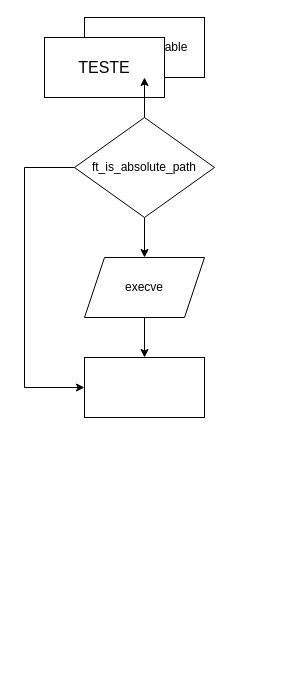
The draw.io diagram Diagrama sem nome.drawio in ziliolu/42_minishell, before the edit. Source tidied: cells renumbered, new cells numbered last; positions are measured from the earlier drawing's top-left corner, leaving out a move shared by most shapes. Both pictures are drawn from the tidied source at 100%, with x=0, y=0 at pixel (24, 17).
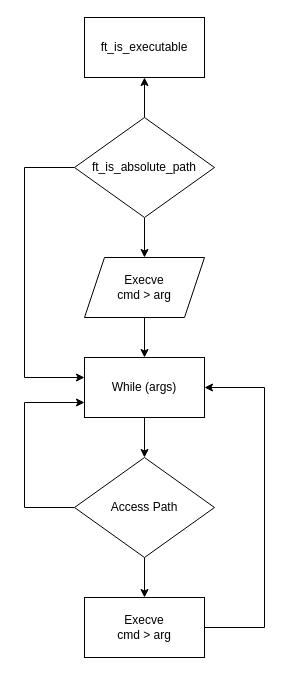
Above is the later version.

The change refers to these unchanged cells:
```xml
<mxCell id="8" value="ft_is_absolute_path" style="rhombus;whiteSpace=wrap;html=1;strokeColor=default;fontFamily=Helvetica;fontSize=12;fontColor=default;fillColor=default;" parent="1" vertex="1">
  <mxGeometry x="50" y="100" width="140" height="100" as="geometry" />
</mxCell>
```

What changed in the source:
```diff
@@
-    <mxCell id="3" value="TESTE" style="rounded=0;whiteSpace=wrap;html=1;fontSize=16;" parent="1" vertex="1">
-      <mxGeometry x="20" y="20" width="120" height="60" as="geometry" />
-    </mxCell>
+    <mxCell id="11" style="edgeStyle=orthogonalEdgeStyle;rounded=0;jettySize=auto;html=1;fontFamily=Helvetica;fontSize=12;fontColor=default;" parent="1" edge="1" source="4" target="14">
+      <mxGeometry relative="1" as="geometry" />
+    </mxCell>
-    <mxCell id="4" style="rounded=0;whiteSpace=wrap;html=1;strokeColor=default;fontFamily=Helvetica;fontSize=12;fontColor=default;fillColor=default;" parent="1" vertex="1">
+    <mxCell id="4" value="&lt;div&gt;While (args)&lt;br&gt;&lt;/div&gt;" style="rounded=0;whiteSpace=wrap;html=1;strokeColor=default;fontFamily=Helvetica;fontSize=12;fontColor=default;fillColor=default;" parent="1" vertex="1">
       <mxGeometry x="60" y="340" width="120" height="60" as="geometry" />
     </mxCell>
@@
-    <mxCell id="7" style="edgeStyle=orthogonalEdgeStyle;rounded=0;jettySize=auto;html=1;fontFamily=Helvetica;fontSize=12;fontColor=default;entryX=0;entryY=0.5;entryDx=0;entryDy=0;" parent="1" edge="1" source="8" target="4">
+    <mxCell id="7" style="edgeStyle=orthogonalEdgeStyle;rounded=0;jettySize=auto;html=1;fontFamily=Helvetica;fontSize=12;fontColor=default;" parent="1" edge="1" source="8">
       <mxGeometry relative="1" as="geometry">
+        <mxPoint x="60" y="360" as="targetPoint" />
         <Array as="points">
           <mxPoint y="150" />
-          <mxPoint y="370" />
+          <mxPoint y="360" />
+          <mxPoint x="60" y="360" />
         </Array>
       </mxGeometry>
     </mxCell>
@@
-    <mxCell id="10" value="execve" style="shape=parallelogram;perimeter=parallelogramPerimeter;whiteSpace=wrap;html=1;fixedSize=1;strokeColor=default;fontFamily=Helvetica;fontSize=12;fontColor=default;fillColor=default;" parent="1" vertex="1">
+    <mxCell id="10" value="&lt;div&gt;Execve&lt;/div&gt;cmd &amp;gt; arg" style="shape=parallelogram;perimeter=parallelogramPerimeter;whiteSpace=wrap;html=1;fixedSize=1;strokeColor=default;fontFamily=Helvetica;fontSize=12;fontColor=default;fillColor=default;" parent="1" vertex="1">
       <mxGeometry x="60" y="240" width="120" height="60" as="geometry" />
     </mxCell>
+    <mxCell id="12" style="edgeStyle=orthogonalEdgeStyle;rounded=0;jettySize=auto;html=1;fontFamily=Helvetica;fontSize=12;fontColor=default;" parent="1" edge="1" source="14" target="16">
+      <mxGeometry relative="1" as="geometry" />
+    </mxCell>
+    <mxCell id="13" style="edgeStyle=orthogonalEdgeStyle;rounded=0;jettySize=auto;html=1;entryX=0;entryY=0.75;entryDx=0;entryDy=0;fontFamily=Helvetica;fontSize=12;fontColor=default;exitX=0;exitY=0.5;exitDx=0;exitDy=0;" parent="1" edge="1" source="14" target="4">
+      <mxGeometry relative="1" as="geometry">
+        <Array as="points">
+          <mxPoint y="490" />
+          <mxPoint y="385" />
+        </Array>
+      </mxGeometry>
+    </mxCell>
+    <mxCell id="14" value="Access Path" style="rhombus;whiteSpace=wrap;html=1;strokeColor=default;fontFamily=Helvetica;fontSize=12;fontColor=default;fillColor=default;" parent="1" vertex="1">
+      <mxGeometry x="50" y="440" width="140" height="100" as="geometry" />
+    </mxCell>
+    <mxCell id="15" style="edgeStyle=orthogonalEdgeStyle;rounded=0;jettySize=auto;html=1;fontFamily=Helvetica;fontSize=12;fontColor=default;entryX=1;entryY=0.5;entryDx=0;entryDy=0;" parent="1" edge="1" source="16" target="4">
+      <mxGeometry relative="1" as="geometry">
+        <Array as="points">
+          <mxPoint x="240" y="610" />
+          <mxPoint x="240" y="370" />
+        </Array>
+      </mxGeometry>
+    </mxCell>
+    <mxCell id="16" value="&lt;div&gt;Execve&lt;/div&gt;cmd &amp;gt; arg" style="rounded=0;whiteSpace=wrap;html=1;strokeColor=default;fontFamily=Helvetica;fontSize=12;fontColor=default;fillColor=default;" parent="1" vertex="1">
+      <mxGeometry x="60" y="580" width="120" height="60" as="geometry" />
+    </mxCell>
```
